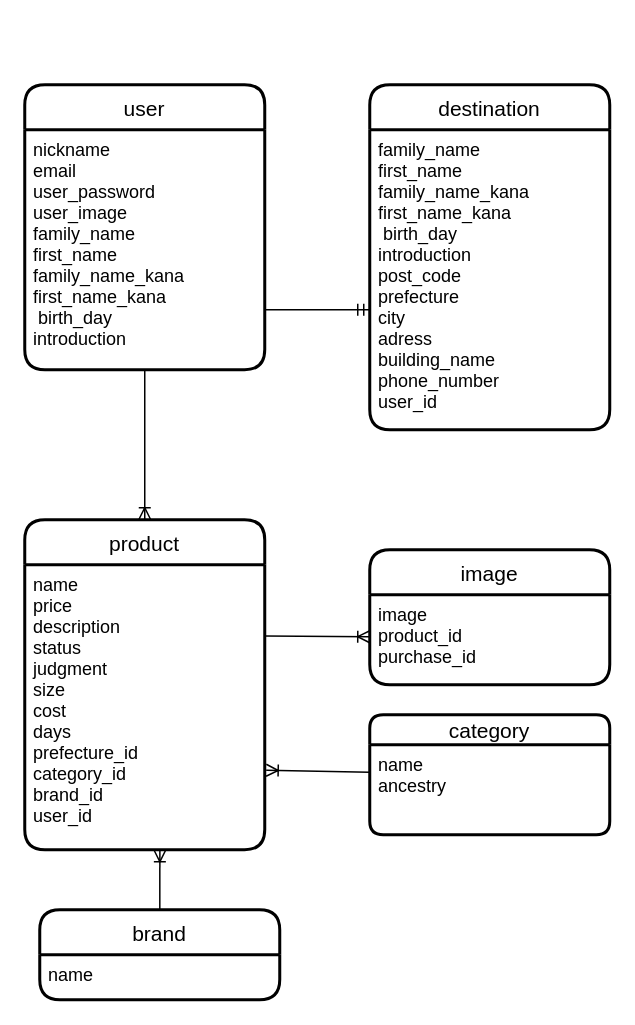
The draw.io diagram er.dio in Te-Ma-LW/furima-37812, before the edit. Source tidied: cells renumbered, new cells numbered last; positions are measured from the earlier drawing's top-left corner, leaving out a move shared by most shapes. Both pictures are drawn from the tidied source at 150%, with x=0, y=0 at pixel (24, 84).
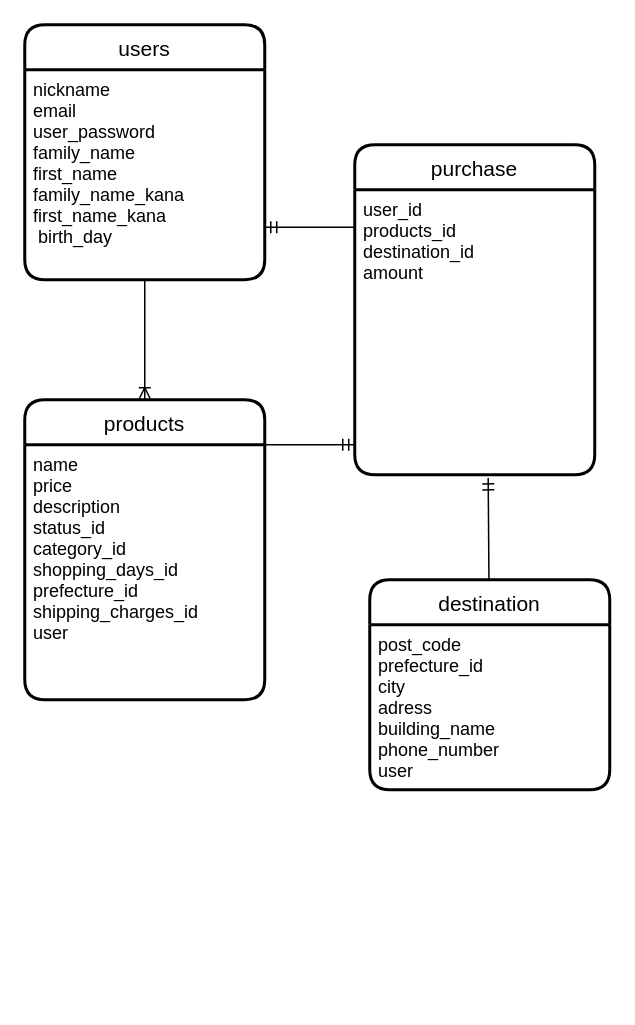
The same diagram, later.

The edit, as a diff of the source:
```diff
@@
-    <mxCell id="2" style="edgeStyle=none;html=1;entryX=0.5;entryY=0;entryDx=0;entryDy=0;endArrow=ERoneToMany;endFill=0;" parent="1" edge="1" source="3" target="12">
+    <mxCell id="2" style="edgeStyle=none;html=1;endArrow=ERoneToMany;endFill=0;entryX=0.5;entryY=0;entryDx=0;entryDy=0;" parent="1" edge="1" source="3" target="12">
       <mxGeometry relative="1" as="geometry" />
     </mxCell>
-    <mxCell id="3" value="user" style="swimlane;horizontal=1;startSize=30;rounded=1;fontSize=14;fontStyle=0;strokeWidth=2;shadow=0;dashed=0;align=center;" parent="1" vertex="1">
-      <mxGeometry width="160" height="190" as="geometry" />
+    <mxCell id="3" value="users" style="swimlane;horizontal=1;startSize=30;rounded=1;fontSize=14;fontStyle=0;strokeWidth=2;shadow=0;dashed=0;align=center;" parent="1" vertex="1">
+      <mxGeometry y="-40" width="160" height="170" as="geometry" />
     </mxCell>
-    <mxCell id="4" value="nickname&#10;email&#10;user_password&#10;user_image&#10;family_name&#10;first_name&#10;family_name_kana&#10;first_name_kana&#10; birth_day&#10;introduction" style="align=left;strokeColor=none;fillColor=none;spacingLeft=4;fontSize=12;verticalAlign=top;" parent="3" vertex="1">
-      <mxGeometry y="30" width="160" height="160" as="geometry" />
+    <mxCell id="4" value="nickname&#10;email&#10;user_password&#10;family_name&#10;first_name&#10;family_name_kana&#10;first_name_kana&#10; birth_day" style="align=left;strokeColor=none;fillColor=none;spacingLeft=4;fontSize=12;verticalAlign=top;" parent="3" vertex="1">
+      <mxGeometry y="30" width="160" height="140" as="geometry" />
     </mxCell>
+    <mxCell id="19" style="edgeStyle=none;html=1;endArrow=ERmandOne;endFill=0;entryX=0.556;entryY=1.011;entryDx=0;entryDy=0;entryPerimeter=0;" parent="1" edge="1" source="5" target="22">
+      <mxGeometry relative="1" as="geometry" />
+    </mxCell>
     <mxCell id="5" value="destination" style="swimlane;horizontal=1;startSize=30;rounded=1;fontSize=14;fontStyle=0;strokeWidth=2;shadow=0;dashed=0;align=center;" parent="1" vertex="1">
-      <mxGeometry x="230" width="160" height="230" as="geometry" />
+      <mxGeometry x="230" y="330" width="160" height="140" as="geometry" />
     </mxCell>
-    <mxCell id="6" value="family_name&#10;first_name&#10;family_name_kana&#10;first_name_kana&#10; birth_day&#10;introduction&#10;post_code&#10;prefecture&#10;city&#10;adress&#10;building_name&#10;phone_number&#10;user_id" style="align=left;strokeColor=none;fillColor=none;spacingLeft=4;fontSize=12;verticalAlign=top;" parent="5" vertex="1">
-      <mxGeometry y="30" width="160" height="200" as="geometry" />
+    <mxCell id="6" value="post_code&#10;prefecture_id&#10;city&#10;adress&#10;building_name&#10;phone_number&#10;user" style="align=left;strokeColor=none;fillColor=none;spacingLeft=4;fontSize=12;verticalAlign=top;" parent="5" vertex="1">
+      <mxGeometry y="30" width="160" height="110" as="geometry" />
     </mxCell>
-    <mxCell id="7" value="image" style="swimlane;horizontal=1;startSize=30;rounded=1;fontSize=14;fontStyle=0;strokeWidth=2;shadow=0;dashed=0;align=center;" parent="1" vertex="1">
-      <mxGeometry x="230" y="310" width="160" height="90" as="geometry" />
-    </mxCell>
-    <mxCell id="8" value="image&#10;product_id&#10;purchase_id" style="align=left;strokeColor=none;fillColor=none;spacingLeft=4;fontSize=12;verticalAlign=top;labelBackgroundColor=none;" parent="7" vertex="1">
-      <mxGeometry y="30" width="160" height="60" as="geometry" />
-    </mxCell>
-    <mxCell id="9" style="edgeStyle=none;html=1;entryX=1.006;entryY=0.721;entryDx=0;entryDy=0;entryPerimeter=0;endArrow=ERoneToMany;endFill=0;" parent="1" edge="1" source="10" target="13">
-      <mxGeometry relative="1" as="geometry" />
-    </mxCell>
-    <mxCell id="10" value="category" style="swimlane;horizontal=1;startSize=20;rounded=1;fontSize=14;fontStyle=0;strokeWidth=2;shadow=0;dashed=0;align=center;" parent="1" vertex="1">
-      <mxGeometry x="230" y="420" width="160" height="80" as="geometry" />
-    </mxCell>
-    <mxCell id="11" value="name&#10;ancestry" style="align=left;strokeColor=none;fillColor=none;spacingLeft=4;fontSize=12;verticalAlign=top;labelBackgroundColor=none;" parent="10" vertex="1">
-      <mxGeometry y="20" width="160" height="60" as="geometry" />
-    </mxCell>
-    <mxCell id="12" value="product" style="swimlane;horizontal=1;startSize=30;rounded=1;fontSize=14;fontStyle=0;strokeWidth=2;shadow=0;dashed=0;align=center;" parent="1" vertex="1">
-      <mxGeometry y="290" width="160" height="220" as="geometry" />
+    <mxCell id="12" value="products" style="swimlane;horizontal=1;startSize=30;rounded=1;fontSize=14;fontStyle=0;strokeWidth=2;shadow=0;dashed=0;align=center;" parent="1" vertex="1">
+      <mxGeometry y="210" width="160" height="200" as="geometry" />
     </mxCell>
-    <mxCell id="13" value="name&#10;price&#10;description&#10;status&#10;judgment&#10;size&#10;cost&#10;days&#10;prefecture_id&#10;category_id&#10;brand_id&#10;user_id" style="align=left;strokeColor=none;fillColor=none;spacingLeft=4;fontSize=12;verticalAlign=top;" parent="12" vertex="1">
-      <mxGeometry y="30" width="160" height="190" as="geometry" />
+    <mxCell id="13" value="name&#10;price&#10;description&#10;status_id&#10;category_id&#10;shopping_days_id&#10;prefecture_id&#10;shipping_charges_id&#10;user" style="align=left;strokeColor=none;fillColor=none;spacingLeft=4;fontSize=12;verticalAlign=top;" parent="12" vertex="1">
+      <mxGeometry y="30" width="160" height="170" as="geometry" />
     </mxCell>
-    <mxCell id="14" style="edgeStyle=none;html=1;exitX=1;exitY=0.25;exitDx=0;exitDy=0;endArrow=ERoneToMany;endFill=0;" parent="1" edge="1" source="13">
-      <mxGeometry relative="1" as="geometry">
-        <mxPoint x="230" y="368" as="targetPoint" />
-      </mxGeometry>
-    </mxCell>
-    <mxCell id="15" style="edgeStyle=none;html=1;exitX=1;exitY=0.75;exitDx=0;exitDy=0;endArrow=ERmandOne;endFill=0;" parent="1" edge="1" source="4">
-      <mxGeometry relative="1" as="geometry">
-        <mxPoint x="230" y="150" as="targetPoint" />
-      </mxGeometry>
-    </mxCell>
-    <mxCell id="16" style="edgeStyle=none;html=1;entryX=0.563;entryY=1;entryDx=0;entryDy=0;entryPerimeter=0;endArrow=ERoneToMany;endFill=0;" parent="1" edge="1" source="17" target="13">
-      <mxGeometry relative="1" as="geometry" />
-    </mxCell>
-    <mxCell id="17" value="brand" style="swimlane;horizontal=1;startSize=30;rounded=1;fontSize=14;fontStyle=0;strokeWidth=2;shadow=0;dashed=0;align=center;labelBackgroundColor=none;" parent="1" vertex="1">
-      <mxGeometry x="10" y="550" width="160" height="60" as="geometry" />
-    </mxCell>
-    <mxCell id="18" value="name" style="align=left;strokeColor=none;fillColor=none;spacingLeft=4;fontSize=12;verticalAlign=top;labelBackgroundColor=none;" parent="17" vertex="1">
-      <mxGeometry y="30" width="160" height="30" as="geometry" />
-    </mxCell>
+    <mxCell id="20" style="edgeStyle=none;html=1;exitX=0;exitY=0.25;exitDx=0;exitDy=0;entryX=1;entryY=0.75;entryDx=0;entryDy=0;endArrow=ERmandOne;endFill=0;" parent="1" edge="1" source="21" target="4">
+      <mxGeometry relative="1" as="geometry" />
+    </mxCell>
+    <mxCell id="21" value="purchase" style="swimlane;horizontal=1;startSize=30;rounded=1;fontSize=14;fontStyle=0;strokeWidth=2;shadow=0;dashed=0;align=center;labelBackgroundColor=none;" parent="1" vertex="1">
+      <mxGeometry x="220" y="40" width="160" height="220" as="geometry" />
+    </mxCell>
+    <mxCell id="22" value="user_id&#10;products_id&#10;destination_id&#10;amount" style="align=left;strokeColor=none;fillColor=none;spacingLeft=4;fontSize=12;verticalAlign=top;labelBackgroundColor=none;" parent="21" vertex="1">
+      <mxGeometry y="30" width="160" height="190" as="geometry" />
+    </mxCell>
+    <mxCell id="23" style="edgeStyle=none;html=1;exitX=1;exitY=0;exitDx=0;exitDy=0;endArrow=ERmandOne;endFill=0;entryX=0;entryY=0.895;entryDx=0;entryDy=0;entryPerimeter=0;" parent="1" edge="1" source="13" target="22">
+      <mxGeometry relative="1" as="geometry">
+        <Array as="points">
+          <mxPoint x="170" y="240" />
+        </Array>
+      </mxGeometry>
+    </mxCell>
```
